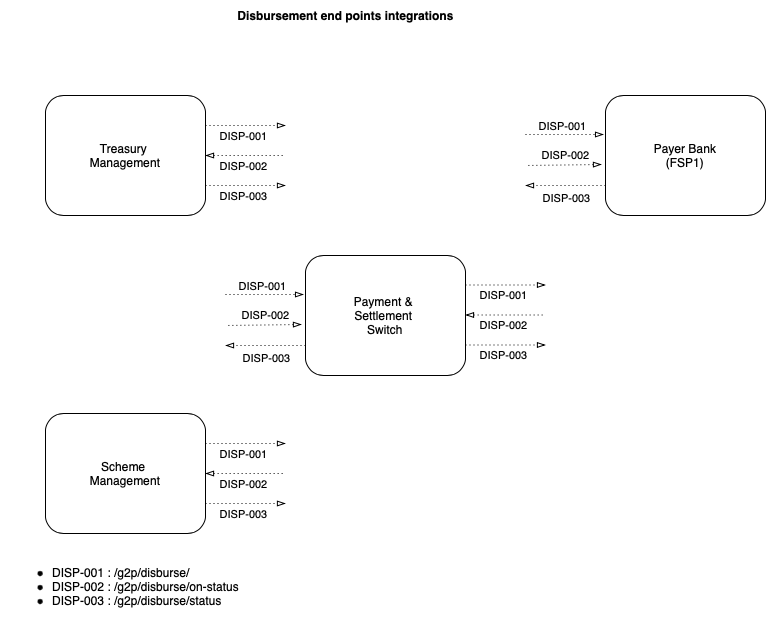
Before: docs/images/draw.io/interface-disb.drawio.png, a diagram exported from draw.io (G2P-Connect/specs). Source tidied: cells renumbered, new cells last; positions are measured from the earlier drawing's top-left corner, leaving out a move shared by most shapes. Its diagram source:
```xml
<mxGraphModel>
  <root>
    <mxCell id="0" />
    <mxCell id="1" parent="0" />
    <mxCell id="2" value="Scheme &lt;br&gt;Management" style="rounded=1;whiteSpace=wrap;html=1;" parent="1" vertex="1">
      <mxGeometry x="45" y="413" width="160" height="120" as="geometry" />
    </mxCell>
    <mxCell id="3" style="endArrow=blockThin;dashed=1;html=1;dashPattern=1 3;strokeWidth=1;rounded=0;endFill=0;" parent="1" edge="1">
      <mxGeometry relative="1" as="geometry">
        <mxPoint x="205" y="443" as="sourcePoint" />
        <mxPoint x="285" y="443" as="targetPoint" />
      </mxGeometry>
    </mxCell>
    <mxCell id="4" value="DISP-001" style="edgeLabel;html=1;align=center;verticalAlign=middle;" parent="3" vertex="1">
      <mxGeometry x="0.4" y="1" relative="1" as="geometry">
        <mxPoint x="-19" y="11" as="offset" />
      </mxGeometry>
    </mxCell>
    <mxCell id="5" style="endArrow=blockThin;dashed=1;html=1;dashPattern=1 3;strokeWidth=1;rounded=0;endFill=0;exitX=1;exitY=0.75;exitDx=0;exitDy=0;" parent="1" edge="1" source="2">
      <mxGeometry relative="1" as="geometry">
        <mxPoint x="285" y="503" as="targetPoint" />
      </mxGeometry>
    </mxCell>
    <mxCell id="6" value="DISP-003" style="edgeLabel;html=1;align=center;verticalAlign=middle;" parent="5" vertex="1">
      <mxGeometry x="0.4" y="1" relative="1" as="geometry">
        <mxPoint x="-19" y="11" as="offset" />
      </mxGeometry>
    </mxCell>
    <mxCell id="7" value="&lt;div&gt;&lt;div style=&quot;&quot;&gt;&lt;div style=&quot;&quot;&gt;&lt;ul style=&quot;border-color: var(--border-color);&quot;&gt;&lt;li style=&quot;border-color: var(--border-color); text-align: left;&quot;&gt;DISP-001 : /g2p/disburse/&lt;/li&gt;&lt;li style=&quot;border-color: var(--border-color); text-align: left;&quot;&gt;DISP-002 : /g2p/disburse/on-status&lt;/li&gt;&lt;li style=&quot;border-color: var(--border-color); text-align: left;&quot;&gt;DISP-003 : /g2p/disburse/status&lt;/li&gt;&lt;/ul&gt;&lt;/div&gt;&lt;/div&gt;&lt;/div&gt;" style="text;html=1;align=center;verticalAlign=middle;strokeColor=none;fillColor=none;" parent="1" vertex="1">
      <mxGeometry y="546" width="250" height="80" as="geometry" />
    </mxCell>
    <mxCell id="8" style="endArrow=none;dashed=1;html=1;dashPattern=1 3;strokeWidth=1;rounded=0;endFill=0;exitX=1;exitY=0.5;exitDx=0;exitDy=0;startArrow=blockThin;startFill=0;" parent="1" edge="1" source="2">
      <mxGeometry relative="1" as="geometry">
        <mxPoint x="285" y="473" as="targetPoint" />
      </mxGeometry>
    </mxCell>
    <mxCell id="9" value="DISP-002" style="edgeLabel;html=1;align=center;verticalAlign=middle;" parent="8" vertex="1">
      <mxGeometry x="0.4" y="1" relative="1" as="geometry">
        <mxPoint x="-19" y="11" as="offset" />
      </mxGeometry>
    </mxCell>
    <mxCell id="10" value="Treasury&amp;nbsp;&lt;br&gt;Management" style="rounded=1;whiteSpace=wrap;html=1;" parent="1" vertex="1">
      <mxGeometry x="45" y="95" width="160" height="120" as="geometry" />
    </mxCell>
    <mxCell id="11" style="endArrow=blockThin;dashed=1;html=1;dashPattern=1 3;strokeWidth=1;rounded=0;endFill=0;" parent="1" edge="1">
      <mxGeometry relative="1" as="geometry">
        <mxPoint x="205" y="125" as="sourcePoint" />
        <mxPoint x="285" y="125" as="targetPoint" />
      </mxGeometry>
    </mxCell>
    <mxCell id="12" value="DISP-001" style="edgeLabel;html=1;align=center;verticalAlign=middle;" parent="11" vertex="1">
      <mxGeometry x="0.4" y="1" relative="1" as="geometry">
        <mxPoint x="-19" y="11" as="offset" />
      </mxGeometry>
    </mxCell>
    <mxCell id="13" style="endArrow=blockThin;dashed=1;html=1;dashPattern=1 3;strokeWidth=1;rounded=0;endFill=0;exitX=1;exitY=0.75;exitDx=0;exitDy=0;" parent="1" edge="1" source="10">
      <mxGeometry relative="1" as="geometry">
        <mxPoint x="285" y="185" as="targetPoint" />
      </mxGeometry>
    </mxCell>
    <mxCell id="14" value="DISP-003" style="edgeLabel;html=1;align=center;verticalAlign=middle;" parent="13" vertex="1">
      <mxGeometry x="0.4" y="1" relative="1" as="geometry">
        <mxPoint x="-19" y="11" as="offset" />
      </mxGeometry>
    </mxCell>
    <mxCell id="15" style="endArrow=none;dashed=1;html=1;dashPattern=1 3;strokeWidth=1;rounded=0;endFill=0;exitX=1;exitY=0.5;exitDx=0;exitDy=0;startArrow=blockThin;startFill=0;" parent="1" edge="1" source="10">
      <mxGeometry relative="1" as="geometry">
        <mxPoint x="285" y="155" as="targetPoint" />
      </mxGeometry>
    </mxCell>
    <mxCell id="16" value="DISP-002" style="edgeLabel;html=1;align=center;verticalAlign=middle;" parent="15" vertex="1">
      <mxGeometry x="0.4" y="1" relative="1" as="geometry">
        <mxPoint x="-19" y="11" as="offset" />
      </mxGeometry>
    </mxCell>
    <mxCell id="17" value="Payment &amp;amp;&amp;nbsp;&lt;br&gt;Settlement &lt;br&gt;Switch" style="rounded=1;whiteSpace=wrap;html=1;" parent="1" vertex="1">
      <mxGeometry x="305" y="255" width="160" height="120" as="geometry" />
    </mxCell>
    <mxCell id="18" style="endArrow=blockThin;dashed=1;html=1;dashPattern=1 3;strokeWidth=1;rounded=0;endFill=0;entryX=-0.012;entryY=0.325;entryDx=0;entryDy=0;entryPerimeter=0;" parent="1" edge="1" target="17">
      <mxGeometry relative="1" as="geometry">
        <mxPoint x="225" y="294" as="sourcePoint" />
      </mxGeometry>
    </mxCell>
    <mxCell id="19" value="DISP-001" style="edgeLabel;html=1;align=center;verticalAlign=middle;" parent="18" vertex="1">
      <mxGeometry x="0.4" y="1" relative="1" as="geometry">
        <mxPoint x="-19" y="-8" as="offset" />
      </mxGeometry>
    </mxCell>
    <mxCell id="20" style="endArrow=blockThin;dashed=1;html=1;dashPattern=1 3;strokeWidth=1;rounded=0;endFill=0;" parent="1" edge="1">
      <mxGeometry relative="1" as="geometry">
        <mxPoint x="305" y="345" as="sourcePoint" />
        <mxPoint x="225" y="345" as="targetPoint" />
      </mxGeometry>
    </mxCell>
    <mxCell id="21" value="DISP-003" style="edgeLabel;html=1;align=center;verticalAlign=middle;" parent="20" vertex="1">
      <mxGeometry x="0.4" y="1" relative="1" as="geometry">
        <mxPoint x="16" y="11" as="offset" />
      </mxGeometry>
    </mxCell>
    <mxCell id="22" style="endArrow=none;dashed=1;html=1;dashPattern=1 3;strokeWidth=1;rounded=0;endFill=0;exitX=-0.025;exitY=0.575;exitDx=0;exitDy=0;startArrow=blockThin;startFill=0;exitPerimeter=0;" parent="1" edge="1" source="17">
      <mxGeometry relative="1" as="geometry">
        <mxPoint x="225" y="325" as="targetPoint" />
      </mxGeometry>
    </mxCell>
    <mxCell id="23" value="DISP-002" style="edgeLabel;html=1;align=center;verticalAlign=middle;" parent="22" vertex="1">
      <mxGeometry x="0.4" y="1" relative="1" as="geometry">
        <mxPoint x="16" y="-11" as="offset" />
      </mxGeometry>
    </mxCell>
    <mxCell id="24" value="Payer Bank&lt;br&gt;(FSP1)" style="rounded=1;whiteSpace=wrap;html=1;" parent="1" vertex="1">
      <mxGeometry x="605" y="95" width="160" height="120" as="geometry" />
    </mxCell>
    <mxCell id="25" style="endArrow=blockThin;dashed=1;html=1;dashPattern=1 3;strokeWidth=1;rounded=0;endFill=0;entryX=-0.012;entryY=0.325;entryDx=0;entryDy=0;entryPerimeter=0;" parent="1" edge="1" target="24">
      <mxGeometry relative="1" as="geometry">
        <mxPoint x="525" y="134" as="sourcePoint" />
      </mxGeometry>
    </mxCell>
    <mxCell id="26" value="DISP-001" style="edgeLabel;html=1;align=center;verticalAlign=middle;" parent="25" vertex="1">
      <mxGeometry x="0.4" y="1" relative="1" as="geometry">
        <mxPoint x="-19" y="-8" as="offset" />
      </mxGeometry>
    </mxCell>
    <mxCell id="27" style="endArrow=blockThin;dashed=1;html=1;dashPattern=1 3;strokeWidth=1;rounded=0;endFill=0;" parent="1" edge="1">
      <mxGeometry relative="1" as="geometry">
        <mxPoint x="605" y="185" as="sourcePoint" />
        <mxPoint x="525" y="185" as="targetPoint" />
      </mxGeometry>
    </mxCell>
    <mxCell id="28" value="DISP-003" style="edgeLabel;html=1;align=center;verticalAlign=middle;" parent="27" vertex="1">
      <mxGeometry x="0.4" y="1" relative="1" as="geometry">
        <mxPoint x="16" y="11" as="offset" />
      </mxGeometry>
    </mxCell>
    <mxCell id="29" style="endArrow=none;dashed=1;html=1;dashPattern=1 3;strokeWidth=1;rounded=0;endFill=0;exitX=-0.025;exitY=0.575;exitDx=0;exitDy=0;startArrow=blockThin;startFill=0;exitPerimeter=0;" parent="1" edge="1" source="24">
      <mxGeometry relative="1" as="geometry">
        <mxPoint x="525" y="165" as="targetPoint" />
      </mxGeometry>
    </mxCell>
    <mxCell id="30" value="DISP-002" style="edgeLabel;html=1;align=center;verticalAlign=middle;" parent="29" vertex="1">
      <mxGeometry x="0.4" y="1" relative="1" as="geometry">
        <mxPoint x="16" y="-11" as="offset" />
      </mxGeometry>
    </mxCell>
    <mxCell id="31" style="endArrow=blockThin;dashed=1;html=1;dashPattern=1 3;strokeWidth=1;rounded=0;endFill=0;" parent="1" edge="1">
      <mxGeometry relative="1" as="geometry">
        <mxPoint x="465" y="284.5" as="sourcePoint" />
        <mxPoint x="545" y="284.5" as="targetPoint" />
      </mxGeometry>
    </mxCell>
    <mxCell id="32" value="DISP-001" style="edgeLabel;html=1;align=center;verticalAlign=middle;" parent="31" vertex="1">
      <mxGeometry x="0.4" y="1" relative="1" as="geometry">
        <mxPoint x="-19" y="11" as="offset" />
      </mxGeometry>
    </mxCell>
    <mxCell id="33" style="endArrow=blockThin;dashed=1;html=1;dashPattern=1 3;strokeWidth=1;rounded=0;endFill=0;exitX=1;exitY=0.75;exitDx=0;exitDy=0;" parent="1" edge="1">
      <mxGeometry relative="1" as="geometry">
        <mxPoint x="465" y="344.5" as="sourcePoint" />
        <mxPoint x="545" y="344.5" as="targetPoint" />
      </mxGeometry>
    </mxCell>
    <mxCell id="34" value="DISP-003" style="edgeLabel;html=1;align=center;verticalAlign=middle;" parent="33" vertex="1">
      <mxGeometry x="0.4" y="1" relative="1" as="geometry">
        <mxPoint x="-19" y="11" as="offset" />
      </mxGeometry>
    </mxCell>
    <mxCell id="35" style="endArrow=none;dashed=1;html=1;dashPattern=1 3;strokeWidth=1;rounded=0;endFill=0;exitX=1;exitY=0.5;exitDx=0;exitDy=0;startArrow=blockThin;startFill=0;" parent="1" edge="1">
      <mxGeometry relative="1" as="geometry">
        <mxPoint x="465" y="314.5" as="sourcePoint" />
        <mxPoint x="545" y="314.5" as="targetPoint" />
      </mxGeometry>
    </mxCell>
    <mxCell id="36" value="DISP-002" style="edgeLabel;html=1;align=center;verticalAlign=middle;" parent="35" vertex="1">
      <mxGeometry x="0.4" y="1" relative="1" as="geometry">
        <mxPoint x="-19" y="11" as="offset" />
      </mxGeometry>
    </mxCell>
    <mxCell id="37" value="Disbursement end points integrations" style="text;html=1;align=center;verticalAlign=middle;strokeColor=none;fillColor=none;fontStyle=1;" parent="1" vertex="1">
      <mxGeometry x="225" width="240" height="30" as="geometry" />
    </mxCell>
  </root>
</mxGraphModel>
```
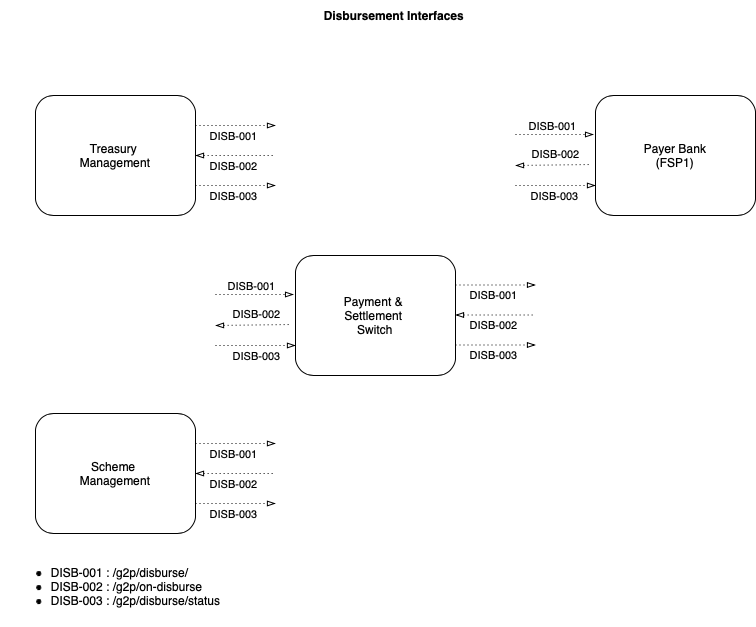
After the change.

Diff of the diagram source:
```diff
@@ -11,7 +11,7 @@
         <mxPoint x="285" y="443" as="targetPoint" />
       </mxGeometry>
     </mxCell>
-    <mxCell id="4" value="DISP-001" style="edgeLabel;html=1;align=center;verticalAlign=middle;" parent="3" vertex="1">
+    <mxCell id="4" value="DISB-001" style="edgeLabel;html=1;align=center;verticalAlign=middle;" parent="3" vertex="1">
       <mxGeometry x="0.4" y="1" relative="1" as="geometry">
         <mxPoint x="-19" y="11" as="offset" />
       </mxGeometry>
@@ -21,20 +21,20 @@
         <mxPoint x="285" y="503" as="targetPoint" />
       </mxGeometry>
     </mxCell>
-    <mxCell id="6" value="DISP-003" style="edgeLabel;html=1;align=center;verticalAlign=middle;" parent="5" vertex="1">
+    <mxCell id="6" value="DISB-003" style="edgeLabel;html=1;align=center;verticalAlign=middle;" parent="5" vertex="1">
       <mxGeometry x="0.4" y="1" relative="1" as="geometry">
         <mxPoint x="-19" y="11" as="offset" />
       </mxGeometry>
     </mxCell>
-    <mxCell id="7" value="&lt;div&gt;&lt;div style=&quot;&quot;&gt;&lt;div style=&quot;&quot;&gt;&lt;ul style=&quot;border-color: var(--border-color);&quot;&gt;&lt;li style=&quot;border-color: var(--border-color); text-align: left;&quot;&gt;DISP-001 : /g2p/disburse/&lt;/li&gt;&lt;li style=&quot;border-color: var(--border-color); text-align: left;&quot;&gt;DISP-002 : /g2p/disburse/on-status&lt;/li&gt;&lt;li style=&quot;border-color: var(--border-color); text-align: left;&quot;&gt;DISP-003 : /g2p/disburse/status&lt;/li&gt;&lt;/ul&gt;&lt;/div&gt;&lt;/div&gt;&lt;/div&gt;" style="text;html=1;align=center;verticalAlign=middle;strokeColor=none;fillColor=none;" parent="1" vertex="1">
-      <mxGeometry y="546" width="250" height="80" as="geometry" />
+    <mxCell id="7" value="&lt;div&gt;&lt;div style=&quot;&quot;&gt;&lt;div style=&quot;&quot;&gt;&lt;ul style=&quot;border-color: var(--border-color);&quot;&gt;&lt;li style=&quot;border-color: var(--border-color); text-align: left;&quot;&gt;DISB-001 : /g2p/disburse/&lt;/li&gt;&lt;li style=&quot;border-color: var(--border-color); text-align: left;&quot;&gt;DISB-002 : /g2p/on-disburse&lt;/li&gt;&lt;li style=&quot;border-color: var(--border-color); text-align: left;&quot;&gt;DISB-003 : /g2p/disburse/status&lt;/li&gt;&lt;/ul&gt;&lt;/div&gt;&lt;/div&gt;&lt;/div&gt;" style="text;html=1;align=center;verticalAlign=middle;strokeColor=none;fillColor=none;" parent="1" vertex="1">
+      <mxGeometry x="10" y="546" width="230" height="80" as="geometry" />
     </mxCell>
     <mxCell id="8" style="endArrow=none;dashed=1;html=1;dashPattern=1 3;strokeWidth=1;rounded=0;endFill=0;exitX=1;exitY=0.5;exitDx=0;exitDy=0;startArrow=blockThin;startFill=0;" parent="1" edge="1" source="2">
       <mxGeometry relative="1" as="geometry">
         <mxPoint x="285" y="473" as="targetPoint" />
       </mxGeometry>
     </mxCell>
-    <mxCell id="9" value="DISP-002" style="edgeLabel;html=1;align=center;verticalAlign=middle;" parent="8" vertex="1">
+    <mxCell id="9" value="DISB-002" style="edgeLabel;html=1;align=center;verticalAlign=middle;" parent="8" vertex="1">
       <mxGeometry x="0.4" y="1" relative="1" as="geometry">
         <mxPoint x="-19" y="11" as="offset" />
       </mxGeometry>
@@ -48,7 +48,7 @@
         <mxPoint x="285" y="125" as="targetPoint" />
       </mxGeometry>
     </mxCell>
-    <mxCell id="12" value="DISP-001" style="edgeLabel;html=1;align=center;verticalAlign=middle;" parent="11" vertex="1">
+    <mxCell id="12" value="DISB-001" style="edgeLabel;html=1;align=center;verticalAlign=middle;" parent="11" vertex="1">
       <mxGeometry x="0.4" y="1" relative="1" as="geometry">
         <mxPoint x="-19" y="11" as="offset" />
       </mxGeometry>
@@ -58,7 +58,7 @@
         <mxPoint x="285" y="185" as="targetPoint" />
       </mxGeometry>
     </mxCell>
-    <mxCell id="14" value="DISP-003" style="edgeLabel;html=1;align=center;verticalAlign=middle;" parent="13" vertex="1">
+    <mxCell id="14" value="DISB-003" style="edgeLabel;html=1;align=center;verticalAlign=middle;" parent="13" vertex="1">
       <mxGeometry x="0.4" y="1" relative="1" as="geometry">
         <mxPoint x="-19" y="11" as="offset" />
       </mxGeometry>
@@ -68,7 +68,7 @@
         <mxPoint x="285" y="155" as="targetPoint" />
       </mxGeometry>
     </mxCell>
-    <mxCell id="16" value="DISP-002" style="edgeLabel;html=1;align=center;verticalAlign=middle;" parent="15" vertex="1">
+    <mxCell id="16" value="DISB-002" style="edgeLabel;html=1;align=center;verticalAlign=middle;" parent="15" vertex="1">
       <mxGeometry x="0.4" y="1" relative="1" as="geometry">
         <mxPoint x="-19" y="11" as="offset" />
       </mxGeometry>
@@ -81,30 +81,30 @@
         <mxPoint x="225" y="294" as="sourcePoint" />
       </mxGeometry>
     </mxCell>
-    <mxCell id="19" value="DISP-001" style="edgeLabel;html=1;align=center;verticalAlign=middle;" parent="18" vertex="1">
+    <mxCell id="19" value="DISB-001" style="edgeLabel;html=1;align=center;verticalAlign=middle;" parent="18" vertex="1">
       <mxGeometry x="0.4" y="1" relative="1" as="geometry">
-        <mxPoint x="-19" y="-8" as="offset" />
+        <mxPoint x="-20" y="-8" as="offset" />
       </mxGeometry>
     </mxCell>
     <mxCell id="20" style="endArrow=blockThin;dashed=1;html=1;dashPattern=1 3;strokeWidth=1;rounded=0;endFill=0;" parent="1" edge="1">
       <mxGeometry relative="1" as="geometry">
-        <mxPoint x="305" y="345" as="sourcePoint" />
-        <mxPoint x="225" y="345" as="targetPoint" />
+        <mxPoint x="225" y="345" as="sourcePoint" />
+        <mxPoint x="305" y="345" as="targetPoint" />
       </mxGeometry>
     </mxCell>
-    <mxCell id="21" value="DISP-003" style="edgeLabel;html=1;align=center;verticalAlign=middle;" parent="20" vertex="1">
+    <mxCell id="21" value="DISB-003" style="edgeLabel;html=1;align=center;verticalAlign=middle;" parent="20" vertex="1">
       <mxGeometry x="0.4" y="1" relative="1" as="geometry">
-        <mxPoint x="16" y="11" as="offset" />
+        <mxPoint x="-16" y="11" as="offset" />
       </mxGeometry>
     </mxCell>
-    <mxCell id="22" style="endArrow=none;dashed=1;html=1;dashPattern=1 3;strokeWidth=1;rounded=0;endFill=0;exitX=-0.025;exitY=0.575;exitDx=0;exitDy=0;startArrow=blockThin;startFill=0;exitPerimeter=0;" parent="1" edge="1" source="17">
+    <mxCell id="22" style="endArrow=none;dashed=1;html=1;dashPattern=1 3;strokeWidth=1;rounded=0;endFill=0;exitX=-0.025;exitY=0.575;exitDx=0;exitDy=0;startArrow=blockThin;startFill=0;exitPerimeter=0;entryX=-0.025;entryY=0.575;entryDx=0;entryDy=0;entryPerimeter=0;" parent="1" edge="1" target="17">
       <mxGeometry relative="1" as="geometry">
-        <mxPoint x="225" y="325" as="targetPoint" />
+        <mxPoint x="225" y="325" as="sourcePoint" />
       </mxGeometry>
     </mxCell>
-    <mxCell id="23" value="DISP-002" style="edgeLabel;html=1;align=center;verticalAlign=middle;" parent="22" vertex="1">
+    <mxCell id="23" value="DISB-002" style="edgeLabel;html=1;align=center;verticalAlign=middle;" parent="22" vertex="1">
       <mxGeometry x="0.4" y="1" relative="1" as="geometry">
-        <mxPoint x="16" y="-11" as="offset" />
+        <mxPoint x="-12" y="-10" as="offset" />
       </mxGeometry>
     </mxCell>
     <mxCell id="24" value="Payer Bank&lt;br&gt;(FSP1)" style="rounded=1;whiteSpace=wrap;html=1;" parent="1" vertex="1">
@@ -115,30 +115,30 @@
         <mxPoint x="525" y="134" as="sourcePoint" />
       </mxGeometry>
     </mxCell>
-    <mxCell id="26" value="DISP-001" style="edgeLabel;html=1;align=center;verticalAlign=middle;" parent="25" vertex="1">
+    <mxCell id="26" value="DISB-001" style="edgeLabel;html=1;align=center;verticalAlign=middle;" parent="25" vertex="1">
       <mxGeometry x="0.4" y="1" relative="1" as="geometry">
         <mxPoint x="-19" y="-8" as="offset" />
       </mxGeometry>
     </mxCell>
     <mxCell id="27" style="endArrow=blockThin;dashed=1;html=1;dashPattern=1 3;strokeWidth=1;rounded=0;endFill=0;" parent="1" edge="1">
       <mxGeometry relative="1" as="geometry">
-        <mxPoint x="605" y="185" as="sourcePoint" />
-        <mxPoint x="525" y="185" as="targetPoint" />
+        <mxPoint x="525" y="185" as="sourcePoint" />
+        <mxPoint x="605" y="185" as="targetPoint" />
       </mxGeometry>
     </mxCell>
-    <mxCell id="28" value="DISP-003" style="edgeLabel;html=1;align=center;verticalAlign=middle;" parent="27" vertex="1">
+    <mxCell id="28" value="DISB-003" style="edgeLabel;html=1;align=center;verticalAlign=middle;" parent="27" vertex="1">
       <mxGeometry x="0.4" y="1" relative="1" as="geometry">
-        <mxPoint x="16" y="11" as="offset" />
+        <mxPoint x="-18" y="11" as="offset" />
       </mxGeometry>
     </mxCell>
-    <mxCell id="29" style="endArrow=none;dashed=1;html=1;dashPattern=1 3;strokeWidth=1;rounded=0;endFill=0;exitX=-0.025;exitY=0.575;exitDx=0;exitDy=0;startArrow=blockThin;startFill=0;exitPerimeter=0;" parent="1" edge="1" source="24">
+    <mxCell id="29" style="endArrow=none;dashed=1;html=1;dashPattern=1 3;strokeWidth=1;rounded=0;endFill=0;exitX=-0.025;exitY=0.575;exitDx=0;exitDy=0;startArrow=blockThin;startFill=0;exitPerimeter=0;entryX=-0.025;entryY=0.575;entryDx=0;entryDy=0;entryPerimeter=0;" parent="1" edge="1" target="24">
       <mxGeometry relative="1" as="geometry">
-        <mxPoint x="525" y="165" as="targetPoint" />
+        <mxPoint x="525" y="165" as="sourcePoint" />
       </mxGeometry>
     </mxCell>
-    <mxCell id="30" value="DISP-002" style="edgeLabel;html=1;align=center;verticalAlign=middle;" parent="29" vertex="1">
+    <mxCell id="30" value="DISB-002" style="edgeLabel;html=1;align=center;verticalAlign=middle;" parent="29" vertex="1">
       <mxGeometry x="0.4" y="1" relative="1" as="geometry">
-        <mxPoint x="16" y="-11" as="offset" />
+        <mxPoint x="-13" y="-10" as="offset" />
       </mxGeometry>
     </mxCell>
     <mxCell id="31" style="endArrow=blockThin;dashed=1;html=1;dashPattern=1 3;strokeWidth=1;rounded=0;endFill=0;" parent="1" edge="1">
@@ -147,7 +147,7 @@
         <mxPoint x="545" y="284.5" as="targetPoint" />
       </mxGeometry>
     </mxCell>
-    <mxCell id="32" value="DISP-001" style="edgeLabel;html=1;align=center;verticalAlign=middle;" parent="31" vertex="1">
+    <mxCell id="32" value="DISB-001" style="edgeLabel;html=1;align=center;verticalAlign=middle;" parent="31" vertex="1">
       <mxGeometry x="0.4" y="1" relative="1" as="geometry">
         <mxPoint x="-19" y="11" as="offset" />
       </mxGeometry>
@@ -158,7 +158,7 @@
         <mxPoint x="545" y="344.5" as="targetPoint" />
       </mxGeometry>
     </mxCell>
-    <mxCell id="34" value="DISP-003" style="edgeLabel;html=1;align=center;verticalAlign=middle;" parent="33" vertex="1">
+    <mxCell id="34" value="DISB-003" style="edgeLabel;html=1;align=center;verticalAlign=middle;" parent="33" vertex="1">
       <mxGeometry x="0.4" y="1" relative="1" as="geometry">
         <mxPoint x="-19" y="11" as="offset" />
       </mxGeometry>
@@ -169,13 +169,13 @@
         <mxPoint x="545" y="314.5" as="targetPoint" />
       </mxGeometry>
     </mxCell>
-    <mxCell id="36" value="DISP-002" style="edgeLabel;html=1;align=center;verticalAlign=middle;" parent="35" vertex="1">
+    <mxCell id="36" value="DISB-002" style="edgeLabel;html=1;align=center;verticalAlign=middle;" parent="35" vertex="1">
       <mxGeometry x="0.4" y="1" relative="1" as="geometry">
         <mxPoint x="-19" y="11" as="offset" />
       </mxGeometry>
     </mxCell>
-    <mxCell id="37" value="Disbursement end points integrations" style="text;html=1;align=center;verticalAlign=middle;strokeColor=none;fillColor=none;fontStyle=1;" parent="1" vertex="1">
-      <mxGeometry x="225" width="240" height="30" as="geometry" />
+    <mxCell id="37" value="Disbursement Interfaces&amp;nbsp;" style="text;html=1;align=center;verticalAlign=middle;strokeColor=none;fillColor=none;fontStyle=1;" parent="1" vertex="1">
+      <mxGeometry x="320" width="170" height="30" as="geometry" />
     </mxCell>
   </root>
 </mxGraphModel>
```
